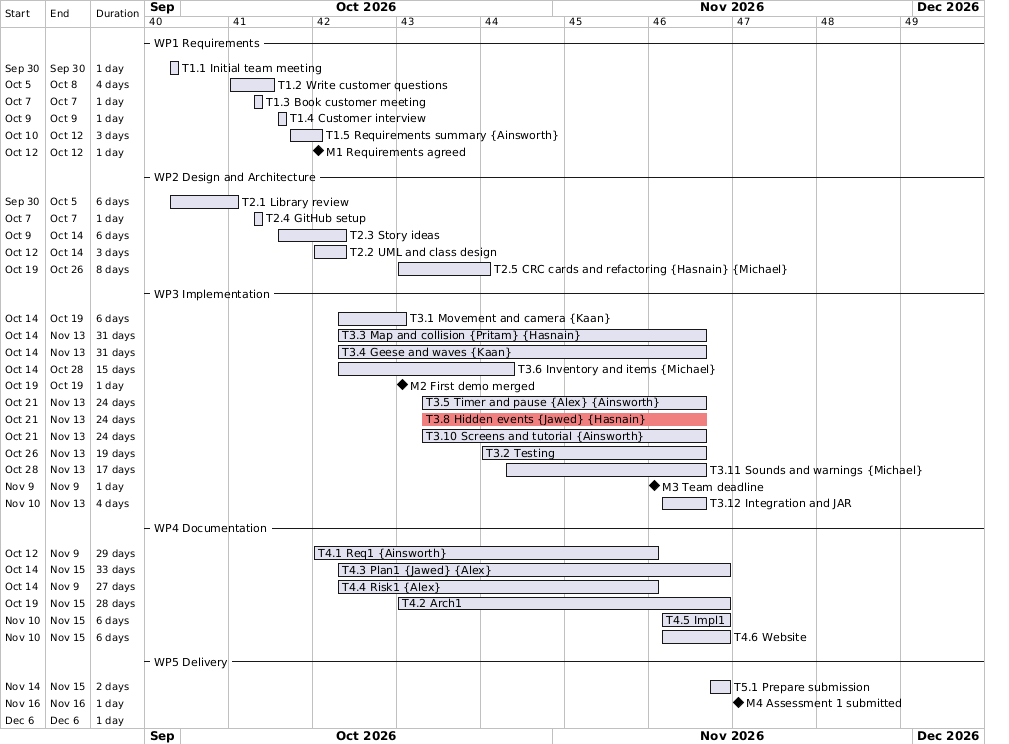
map-jhak/map-jhak.github.io keeps this PlantUML diagram as images/method_selection/gant.png. Above is the earlier version.
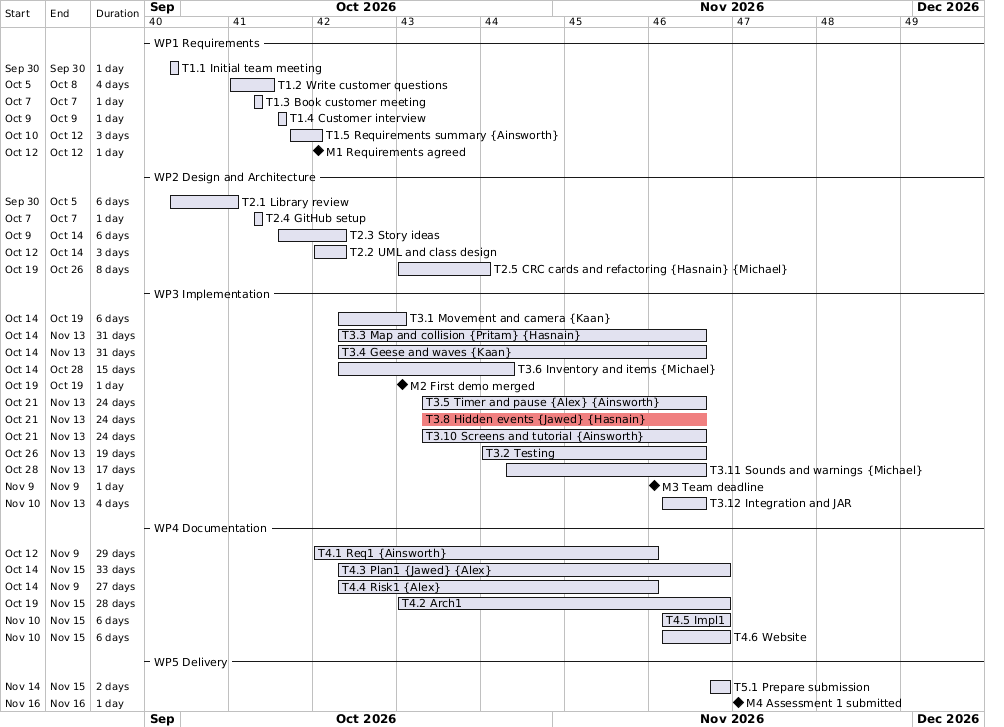
After the change.

Change to the diagram source:
```diff
@@ -1,5 +1,6 @@
 @startgantt
 Project starts 2026-09-28
+Print between 2026-09-28 and 2026-12-06
 printscale weekly zoom 3
 hide resources footbox
 -- WP1 Requirements --
@@ -43,6 +44,4 @@
 -- WP5 Delivery --
 [T5.1 Prepare submission] starts 2026-11-14 and ends 2026-11-15
 [M4 Assessment 1 submitted] happens 2026-11-16
-[ ] happens 2026-12-06
-[ ] is colored in white
 @endgantt
```
